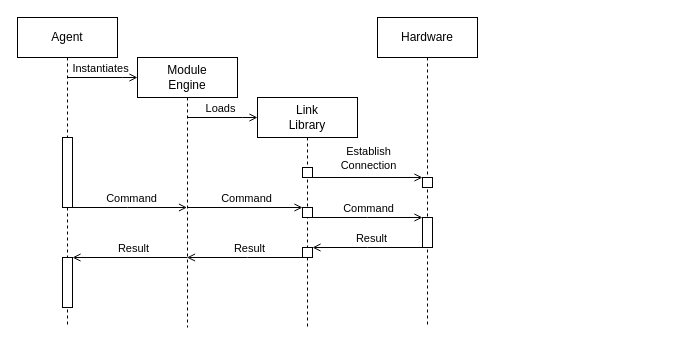
thggs/Thesis keeps this draw.io diagram as doc/Drawio/Module_Engine_Sequence_Diagram.drawio. Above is the earlier version. Source tidied: cells renumbered, new cells numbered last; positions are measured from the earlier drawing's top-left corner, leaving out a move shared by most shapes. Both pictures are drawn from the tidied source at 100%, with x=0, y=0 at pixel (17, 17).
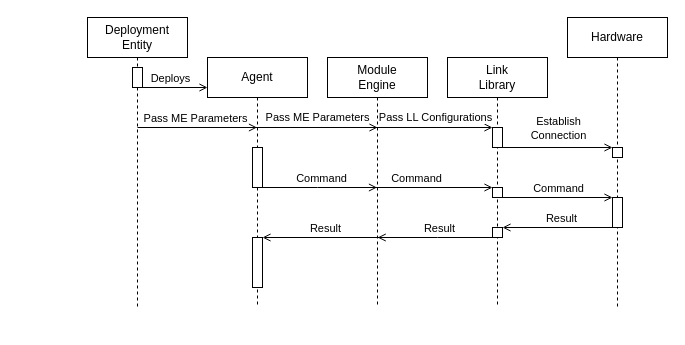
After the change.

Diff of the diagram source:
```diff
@@
     <mxCell id="2" value="&lt;div style=&quot;&quot;&gt;&lt;font style=&quot;font-size: 12px;&quot;&gt;Agent&lt;/font&gt;&lt;/div&gt;" style="shape=umlLifeline;perimeter=lifelinePerimeter;whiteSpace=wrap;html=1;outlineConnect=0;portConstraint=eastwest;newEdgeStyle={&quot;edgeStyle&quot;:&quot;elbowEdgeStyle&quot;,&quot;elbow&quot;:&quot;vertical&quot;,&quot;curved&quot;:0,&quot;rounded&quot;:0};" parent="1" vertex="1">
-      <mxGeometry width="100" height="310" as="geometry" />
+      <mxGeometry x="190" y="40" width="100" height="250" as="geometry" />
     </mxCell>
     <mxCell id="3" style="html=1;perimeter=orthogonalPerimeter;targetShapes=umlLifeline;newEdgeStyle={&quot;edgeStyle&quot;:&quot;elbowEdgeStyle&quot;,&quot;elbow&quot;:&quot;vertical&quot;,&quot;curved&quot;:0,&quot;rounded&quot;:0};" parent="2" vertex="1">
-      <mxGeometry x="45" y="120" width="10" height="70" as="geometry" />
+      <mxGeometry x="45" y="90" width="10" height="40" as="geometry" />
     </mxCell>
     <mxCell id="4" style="html=1;points=[];perimeter=orthogonalPerimeter;outlineConnect=0;targetShapes=umlLifeline;portConstraint=eastwest;newEdgeStyle={&quot;edgeStyle&quot;:&quot;elbowEdgeStyle&quot;,&quot;elbow&quot;:&quot;vertical&quot;,&quot;curved&quot;:0,&quot;rounded&quot;:0};" parent="2" vertex="1">
-      <mxGeometry x="45" y="240" width="10" height="50" as="geometry" />
+      <mxGeometry x="45" y="180" width="10" height="50" as="geometry" />
     </mxCell>
+    <mxCell id="23" style="endArrow=open;html=1;rounded=0;endFill=0;" parent="2" edge="1">
+      <mxGeometry relative="1" as="geometry">
+        <mxPoint x="289.5" y="180" as="sourcePoint" />
+        <mxPoint x="170.2" y="180" as="targetPoint" />
+        <Array as="points">
+          <mxPoint x="230" y="180" />
+        </Array>
+      </mxGeometry>
+    </mxCell>
+    <mxCell id="24" value="Result" style="edgeLabel;html=1;align=center;verticalAlign=middle;labelBackgroundColor=none;" parent="23" vertex="1">
+      <mxGeometry x="0.19" relative="1" as="geometry">
+        <mxPoint x="13" y="-10" as="offset" />
+      </mxGeometry>
+    </mxCell>
+    <mxCell id="25" style="endArrow=open;html=1;rounded=0;endFill=0;" parent="2" edge="1" target="4">
+      <mxGeometry relative="1" as="geometry">
+        <mxPoint x="215" y="180" as="sourcePoint" />
+      </mxGeometry>
+    </mxCell>
+    <mxCell id="26" value="Result" style="edgeLabel;html=1;align=center;verticalAlign=middle;labelBackgroundColor=none;" parent="25" vertex="1">
+      <mxGeometry x="0.19" relative="1" as="geometry">
+        <mxPoint x="-3" y="-10" as="offset" />
+      </mxGeometry>
+    </mxCell>
     <mxCell id="5" value="&lt;div style=&quot;&quot;&gt;&lt;font style=&quot;font-size: 12px;&quot;&gt;Module&lt;/font&gt;&lt;/div&gt;&lt;div style=&quot;&quot;&gt;&lt;font style=&quot;font-size: 12px;&quot;&gt;Engine&lt;/font&gt;&lt;/div&gt;" style="shape=umlLifeline;perimeter=lifelinePerimeter;whiteSpace=wrap;html=1;outlineConnect=0;portConstraint=eastwest;newEdgeStyle={&quot;edgeStyle&quot;:&quot;elbowEdgeStyle&quot;,&quot;elbow&quot;:&quot;vertical&quot;,&quot;curved&quot;:0,&quot;rounded&quot;:0};" parent="1" vertex="1">
-      <mxGeometry x="120" y="40" width="100" height="270" as="geometry" />
+      <mxGeometry x="310" y="40" width="100" height="250" as="geometry" />
     </mxCell>
     <mxCell id="6" value="&lt;div style=&quot;&quot;&gt;&lt;font style=&quot;font-size: 12px;&quot;&gt;Link&lt;/font&gt;&lt;/div&gt;&lt;div style=&quot;&quot;&gt;&lt;font style=&quot;font-size: 12px;&quot;&gt;Library&lt;/font&gt;&lt;/div&gt;" style="shape=umlLifeline;perimeter=lifelinePerimeter;whiteSpace=wrap;html=1;outlineConnect=0;portConstraint=eastwest;newEdgeStyle={&quot;edgeStyle&quot;:&quot;elbowEdgeStyle&quot;,&quot;elbow&quot;:&quot;vertical&quot;,&quot;curved&quot;:0,&quot;rounded&quot;:0};" parent="1" vertex="1">
-      <mxGeometry x="240" y="80" width="100" height="230" as="geometry" />
+      <mxGeometry x="430" y="40" width="100" height="250" as="geometry" />
     </mxCell>
     <mxCell id="7" style="html=1;points=[];perimeter=orthogonalPerimeter;outlineConnect=0;targetShapes=umlLifeline;portConstraint=eastwest;newEdgeStyle={&quot;edgeStyle&quot;:&quot;elbowEdgeStyle&quot;,&quot;elbow&quot;:&quot;vertical&quot;,&quot;curved&quot;:0,&quot;rounded&quot;:0};" parent="6" vertex="1">
-      <mxGeometry x="45" y="70" width="10" height="10" as="geometry" />
+      <mxGeometry x="45" y="70" width="10" height="20" as="geometry" />
     </mxCell>
     <mxCell id="8" style="html=1;points=[];perimeter=orthogonalPerimeter;outlineConnect=0;targetShapes=umlLifeline;portConstraint=eastwest;newEdgeStyle={&quot;edgeStyle&quot;:&quot;elbowEdgeStyle&quot;,&quot;elbow&quot;:&quot;vertical&quot;,&quot;curved&quot;:0,&quot;rounded&quot;:0};" parent="6" vertex="1">
-      <mxGeometry x="45" y="110" width="10" height="10" as="geometry" />
+      <mxGeometry x="45" y="130" width="10" height="10" as="geometry" />
     </mxCell>
     <mxCell id="9" style="html=1;points=[];perimeter=orthogonalPerimeter;outlineConnect=0;targetShapes=umlLifeline;portConstraint=eastwest;newEdgeStyle={&quot;edgeStyle&quot;:&quot;elbowEdgeStyle&quot;,&quot;elbow&quot;:&quot;vertical&quot;,&quot;curved&quot;:0,&quot;rounded&quot;:0};" parent="6" vertex="1">
-      <mxGeometry x="45" y="150" width="10" height="10" as="geometry" />
+      <mxGeometry x="45" y="170" width="10" height="10" as="geometry" />
     </mxCell>
     <mxCell id="10" value="&lt;div style=&quot;&quot;&gt;&lt;font style=&quot;font-size: 12px;&quot;&gt;Hardware&lt;/font&gt;&lt;/div&gt;" style="shape=umlLifeline;perimeter=lifelinePerimeter;whiteSpace=wrap;html=1;newEdgeStyle={&quot;edgeStyle&quot;:&quot;elbowEdgeStyle&quot;,&quot;elbow&quot;:&quot;vertical&quot;,&quot;curved&quot;:0,&quot;rounded&quot;:0};" parent="1" vertex="1">
-      <mxGeometry x="360" width="100" height="310" as="geometry" />
+      <mxGeometry x="550" width="100" height="290" as="geometry" />
     </mxCell>
     <mxCell id="11" style="html=1;points=[];perimeter=orthogonalPerimeter;outlineConnect=0;targetShapes=umlLifeline;portConstraint=eastwest;newEdgeStyle={&quot;edgeStyle&quot;:&quot;elbowEdgeStyle&quot;,&quot;elbow&quot;:&quot;vertical&quot;,&quot;curved&quot;:0,&quot;rounded&quot;:0};" parent="10" vertex="1">
-      <mxGeometry x="45" y="160" width="10" height="10" as="geometry" />
+      <mxGeometry x="45" y="130" width="10" height="10" as="geometry" />
     </mxCell>
     <mxCell id="12" style="html=1;points=[];perimeter=orthogonalPerimeter;outlineConnect=0;targetShapes=umlLifeline;portConstraint=eastwest;newEdgeStyle={&quot;edgeStyle&quot;:&quot;elbowEdgeStyle&quot;,&quot;elbow&quot;:&quot;vertical&quot;,&quot;curved&quot;:0,&quot;rounded&quot;:0};" parent="10" vertex="1">
-      <mxGeometry x="45" y="200" width="10" height="30" as="geometry" />
+      <mxGeometry x="45" y="180" width="10" height="30" as="geometry" />
     </mxCell>
     <mxCell id="13" style="endArrow=open;html=1;rounded=0;endFill=0;" parent="1" edge="1">
       <mxGeometry relative="1" as="geometry">
-        <mxPoint x="55" y="190" as="sourcePoint" />
-        <mxPoint x="169.5" y="190" as="targetPoint" />
+        <mxPoint x="245" y="170" as="sourcePoint" />
+        <mxPoint x="359.5" y="170" as="targetPoint" />
         <Array as="points">
-          <mxPoint x="110" y="190" />
+          <mxPoint x="300" y="170" />
         </Array>
       </mxGeometry>
     </mxCell>
@@
-    <mxCell id="17" style="endArrow=open;html=1;rounded=0;endFill=0;" parent="1" edge="1" source="5" target="8">
-      <mxGeometry relative="1" as="geometry" />
+    <mxCell id="17" style="endArrow=open;html=1;rounded=0;endFill=0;" parent="1" edge="1">
+      <mxGeometry relative="1" as="geometry">
+        <mxPoint x="310" y="170" as="sourcePoint" />
+        <mxPoint x="475" y="170" as="targetPoint" />
+      </mxGeometry>
     </mxCell>
@@
     <mxCell id="19" style="endArrow=open;html=1;rounded=0;endFill=0;" parent="1" edge="1" source="8" target="12">
-      <mxGeometry relative="1" as="geometry">
-        <Array as="points">
-          <mxPoint x="350" y="200" />
-        </Array>
-      </mxGeometry>
+      <mxGeometry relative="1" as="geometry" />
     </mxCell>
@@
     <mxCell id="21" style="endArrow=open;html=1;rounded=0;endFill=0;" parent="1" edge="1" source="12" target="9">
-      <mxGeometry relative="1" as="geometry">
-        <Array as="points">
-          <mxPoint x="350" y="230" />
-        </Array>
-      </mxGeometry>
+      <mxGeometry relative="1" as="geometry" />
     </mxCell>
@@
-    <mxCell id="23" style="endArrow=open;html=1;rounded=0;endFill=0;" parent="1" edge="1" source="6" target="5">
-      <mxGeometry relative="1" as="geometry">
-        <Array as="points">
-          <mxPoint x="230" y="240" />
-        </Array>
-      </mxGeometry>
-    </mxCell>
-    <mxCell id="24" value="Result" style="edgeLabel;html=1;align=center;verticalAlign=middle;labelBackgroundColor=none;" parent="23" vertex="1">
-      <mxGeometry x="0.19" relative="1" as="geometry">
-        <mxPoint x="13" y="-10" as="offset" />
-      </mxGeometry>
-    </mxCell>
-    <mxCell id="25" style="endArrow=open;html=1;rounded=0;endFill=0;" parent="1" edge="1">
-      <mxGeometry relative="1" as="geometry">
-        <mxPoint x="170" y="240" as="sourcePoint" />
-        <mxPoint x="55" y="240" as="targetPoint" />
-      </mxGeometry>
-    </mxCell>
-    <mxCell id="26" value="Result" style="edgeLabel;html=1;align=center;verticalAlign=middle;labelBackgroundColor=none;" parent="25" vertex="1">
-      <mxGeometry x="0.19" relative="1" as="geometry">
-        <mxPoint x="13" y="-10" as="offset" />
-      </mxGeometry>
-    </mxCell>
-    <mxCell id="27" style="endArrow=open;html=1;rounded=0;endFill=0;" parent="1" edge="1">
-      <mxGeometry relative="1" as="geometry">
-        <mxPoint x="50" y="60" as="sourcePoint" />
-        <mxPoint x="120" y="60" as="targetPoint" />
-        <Array as="points">
-          <mxPoint x="105" y="60" />
-        </Array>
-      </mxGeometry>
-    </mxCell>
-    <mxCell id="28" value="Instantiates" style="edgeLabel;html=1;align=center;verticalAlign=middle;" parent="27" vertex="1">
-      <mxGeometry x="0.19" relative="1" as="geometry">
-        <mxPoint x="-10" y="-10" as="offset" />
-      </mxGeometry>
-    </mxCell>
-    <mxCell id="29" style="endArrow=open;html=1;rounded=0;endFill=0;" parent="1" edge="1">
-      <mxGeometry relative="1" as="geometry">
-        <mxPoint x="170" y="100" as="sourcePoint" />
-        <mxPoint x="240" y="100" as="targetPoint" />
-        <Array as="points">
-          <mxPoint x="225" y="100" />
-        </Array>
-      </mxGeometry>
-    </mxCell>
-    <mxCell id="30" value="Loads" style="edgeLabel;html=1;align=center;verticalAlign=middle;" parent="29" vertex="1">
-      <mxGeometry x="0.19" relative="1" as="geometry">
-        <mxPoint x="-10" y="-10" as="offset" />
-      </mxGeometry>
-    </mxCell>
+    <mxCell id="31" value="&lt;div style=&quot;&quot;&gt;&lt;font style=&quot;font-size: 12px;&quot;&gt;Deployment&lt;/font&gt;&lt;/div&gt;&lt;div style=&quot;&quot;&gt;&lt;font style=&quot;font-size: 12px;&quot;&gt;Entity&lt;/font&gt;&lt;/div&gt;" style="shape=umlLifeline;perimeter=lifelinePerimeter;whiteSpace=wrap;html=1;newEdgeStyle={&quot;edgeStyle&quot;:&quot;elbowEdgeStyle&quot;,&quot;elbow&quot;:&quot;vertical&quot;,&quot;curved&quot;:0,&quot;rounded&quot;:0};" parent="1" vertex="1">
+      <mxGeometry x="70" width="100" height="290" as="geometry" />
+    </mxCell>
+    <mxCell id="32" style="html=1;perimeter=orthogonalPerimeter;targetShapes=umlLifeline;newEdgeStyle={&quot;edgeStyle&quot;:&quot;elbowEdgeStyle&quot;,&quot;elbow&quot;:&quot;vertical&quot;,&quot;curved&quot;:0,&quot;rounded&quot;:0};" parent="31" vertex="1">
+      <mxGeometry x="45" y="50" width="10" height="20" as="geometry" />
+    </mxCell>
+    <mxCell id="33" style="endArrow=open;html=1;rounded=0;endFill=0;" parent="1" edge="1">
+      <mxGeometry relative="1" as="geometry">
+        <mxPoint x="120" y="70" as="sourcePoint" />
+        <mxPoint x="190" y="70" as="targetPoint" />
+      </mxGeometry>
+    </mxCell>
+    <mxCell id="34" value="Deploys" style="edgeLabel;html=1;align=center;verticalAlign=middle;" parent="33" vertex="1">
+      <mxGeometry x="0.19" relative="1" as="geometry">
+        <mxPoint x="-10" y="-10" as="offset" />
+      </mxGeometry>
+    </mxCell>
+    <mxCell id="35" style="endArrow=open;html=1;rounded=0;endFill=0;" parent="1" edge="1" target="7">
+      <mxGeometry relative="1" as="geometry">
+        <mxPoint x="340" y="110" as="sourcePoint" />
+      </mxGeometry>
+    </mxCell>
+    <mxCell id="36" value="Pass LL Configurations" style="edgeLabel;html=1;align=center;verticalAlign=middle;" parent="35" vertex="1">
+      <mxGeometry x="0.19" relative="1" as="geometry">
+        <mxPoint x="-3" y="-11" as="offset" />
+      </mxGeometry>
+    </mxCell>
+    <mxCell id="37" style="endArrow=open;html=1;rounded=0;endFill=0;" parent="1" edge="1" target="2">
+      <mxGeometry relative="1" as="geometry">
+        <mxPoint x="120" y="110" as="sourcePoint" />
+      </mxGeometry>
+    </mxCell>
+    <mxCell id="38" value="Pass ME Parameters" style="edgeLabel;html=1;align=center;verticalAlign=middle;" parent="37" vertex="1">
+      <mxGeometry x="0.19" relative="1" as="geometry">
+        <mxPoint x="-14" y="-10" as="offset" />
+      </mxGeometry>
+    </mxCell>
+    <mxCell id="39" value="Pass ME Parameters" style="endArrow=open;html=1;rounded=0;endFill=0;" parent="1" edge="1">
+      <mxGeometry x="0.08" y="10" relative="1" as="geometry">
+        <mxPoint x="230" y="110" as="sourcePoint" />
+        <mxPoint x="360" y="110" as="targetPoint" />
+      </mxGeometry>
+    </mxCell>
```
